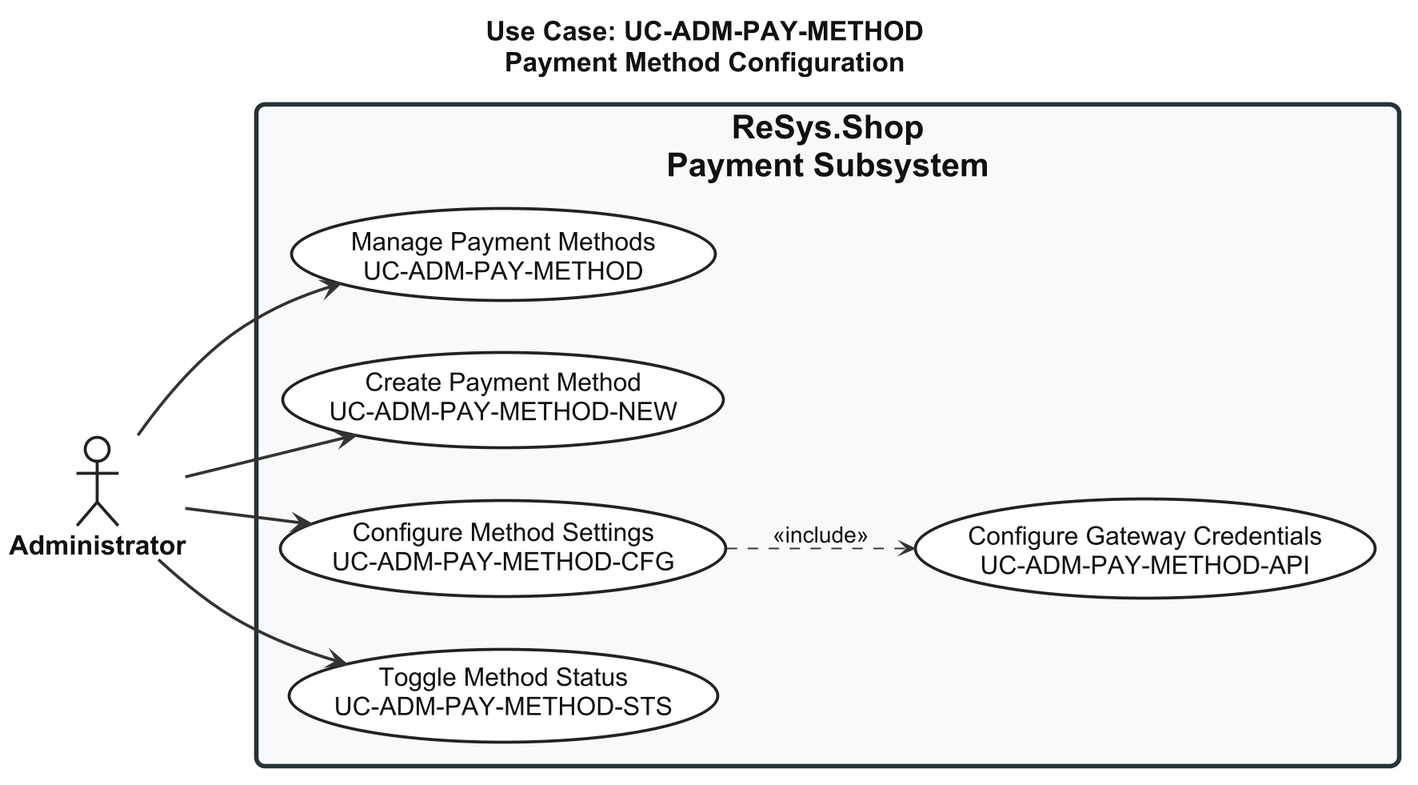
The PlantUML diagram thesis/figures/chapters/part2/ch2-design/02-use-cases/diagrams/P2S2.2.2_usecase-payment-method-config.png in qingfa-dev/ReSys.Shop, before a commit.
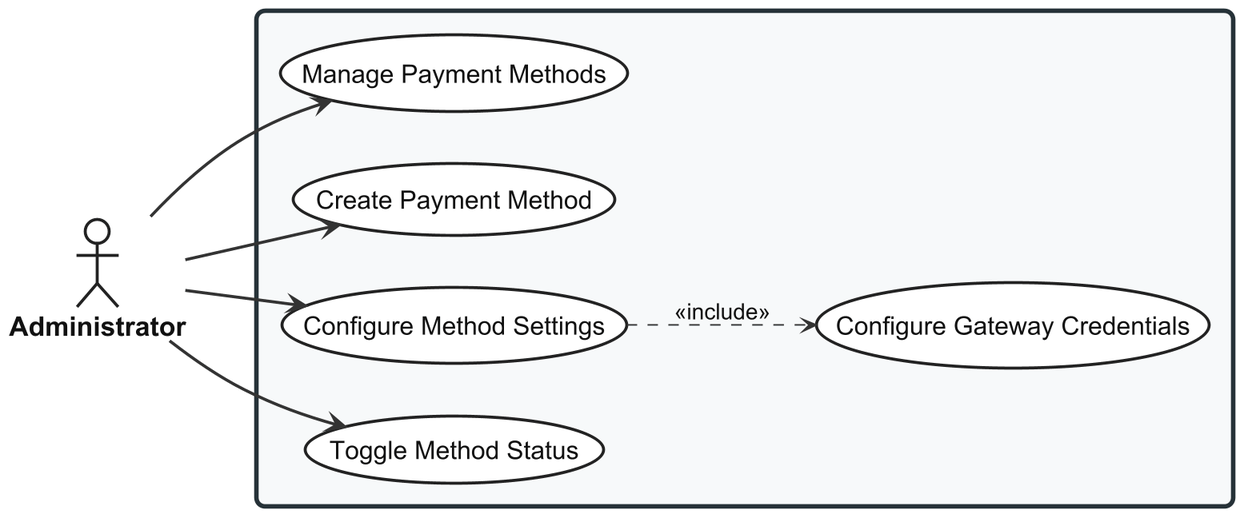
The same diagram one commit later.

Change to the diagram source:
```diff
@@ -56,21 +56,20 @@
 
 </style>
 
-title Use Case: UC-ADM-PAY-METHOD\nPayment Method Configuration
 
 actor "Administrator" as Admin
 
-rectangle "ReSys.Shop\nPayment Subsystem" {
+rectangle {
 
-  usecase "Manage Payment Methods\nUC-ADM-PAY-METHOD" as UC_MAIN
+  usecase "Manage Payment Methods" as UC_MAIN
 
-  usecase "Create Payment Method\nUC-ADM-PAY-METHOD-NEW" as UC_CREATE
+  usecase "Create Payment Method" as UC_CREATE
 
-  usecase "Configure Method Settings\nUC-ADM-PAY-METHOD-CFG" as UC_CONFIG
+  usecase "Configure Method Settings" as UC_CONFIG
 
-  usecase "Toggle Method Status\nUC-ADM-PAY-METHOD-STS" as UC_TOGGLE
+  usecase "Toggle Method Status" as UC_TOGGLE
 
-  usecase "Configure Gateway Credentials\nUC-ADM-PAY-METHOD-API" as UC_API
+  usecase "Configure Gateway Credentials" as UC_API
 
 }
 
```
